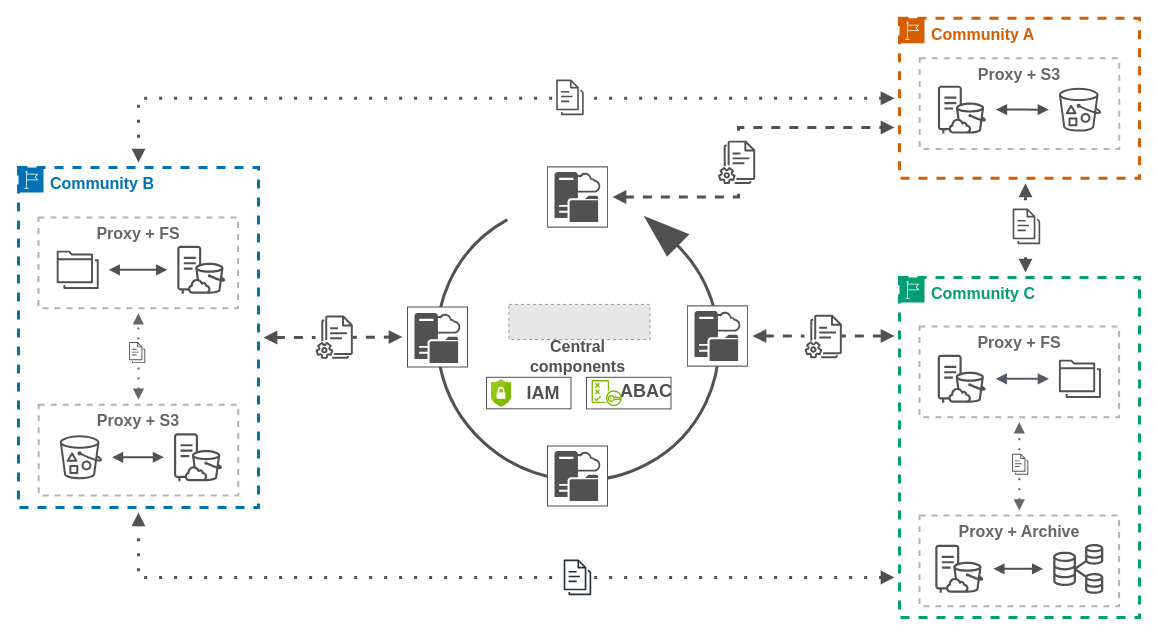
The draw.io diagram docs/internal_data_structure/aruna_components.drawio in ArunaStorage/documentation, before the edit. Source tidied: cells renumbered, new cells numbered last; positions are measured from the earlier drawing's top-left corner, leaving out a move shared by most shapes. Both pictures are drawn from the tidied source at 100%, with x=0, y=0 at pixel (18, 18). Pictures stored in the file or linked from it are replaced by grey dashed boxes.
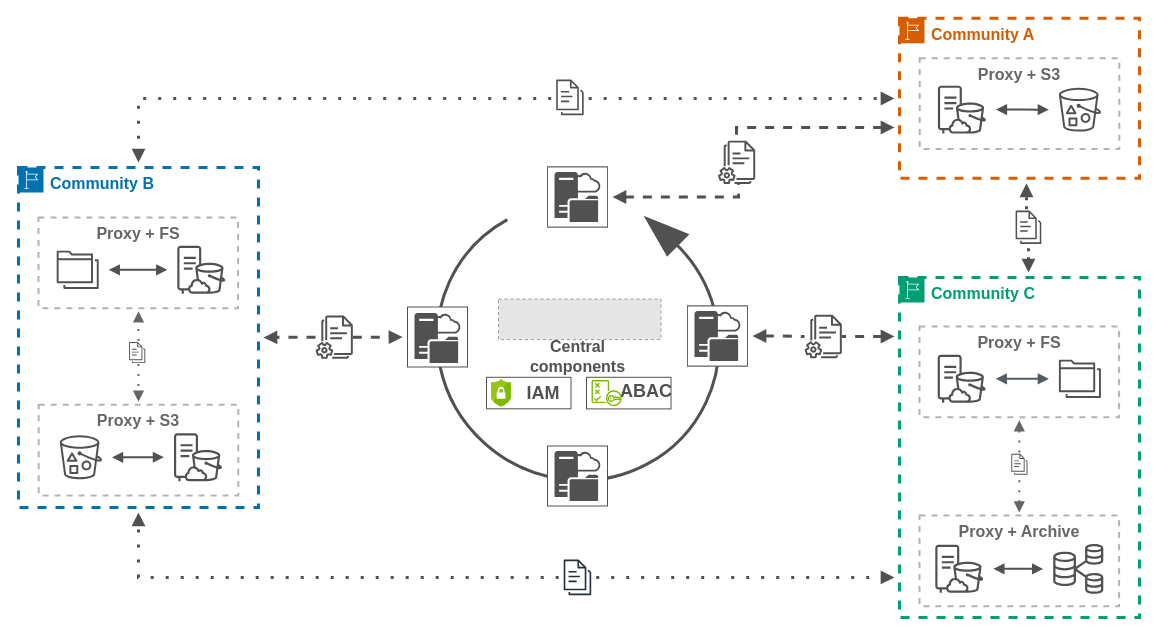
The same diagram, later.

Commit message (it also covers changes not shown here):
chore: Updated aruna components schematic

Made nearly everything transparent so that it kinda works with light
dark mode pages.

The change refers to these unchanged cells:
```xml
<mxCell id="3" value="&lt;font color=&quot;#0072b2&quot;&gt;Community B&lt;br&gt;&lt;/font&gt;" style="points=[[0,0],[0.25,0],[0.5,0],[0.75,0],[1,0],[1,0.25],[1,0.5],[1,0.75],[1,1],[0.75,1],[0.5,1],[0.25,1],[0,1],[0,0.75],[0,0.5],[0,0.25]];outlineConnect=0;gradientColor=none;html=1;whiteSpace=wrap;fontSize=16;fontStyle=1;shape=mxgraph.aws4.group;grIcon=mxgraph.aws4.group_region;strokeColor=#0072B2;fillColor=none;verticalAlign=top;align=left;spacingLeft=30;fontColor=#165A97;dashed=1;fontFamily=PT Sans;strokeWidth=3;" parent="1" vertex="1">
  <mxGeometry y="149" width="240" height="340" as="geometry" />
</mxCell>
<mxCell id="4" value="&lt;font style=&quot;font-size: 16px;&quot; face=&quot;PT Sans&quot;&gt;&lt;b&gt;Proxy + S3&lt;br&gt;&lt;/b&gt;&lt;/font&gt;" style="fillColor=none;strokeColor=#B3B3B3;verticalAlign=top;fontStyle=0;fontColor=#666666;whiteSpace=wrap;html=1;dashed=1;strokeWidth=2;" parent="3" vertex="1">
  <mxGeometry x="20.2" y="237.2" width="199.6" height="90.7" as="geometry" />
</mxCell>
<mxCell id="10" style="sketch=0;outlineConnect=0;fontColor=#232F3E;gradientColor=none;fillColor=#515151;strokeColor=none;dashed=0;verticalLabelPosition=bottom;verticalAlign=top;align=center;html=1;fontSize=12;fontStyle=0;shape=mxgraph.aws4.documents3;" parent="8" vertex="1">
  <mxGeometry x="0.8" y="0.6" width="16.2" height="22.2" as="geometry" />
</mxCell>
<mxCell id="11" value="&lt;font style=&quot;font-size: 16px;&quot; face=&quot;PT Sans&quot;&gt;&lt;b&gt;Proxy + FS &lt;/b&gt;&lt;/font&gt;" style="fillColor=none;strokeColor=#B3B3B3;verticalAlign=top;fontStyle=0;fontColor=#666666;whiteSpace=wrap;html=1;dashed=1;strokeWidth=2;" parent="1" vertex="1">
  <mxGeometry x="20" y="199" width="199.6" height="90.7" as="geometry" />
</mxCell>
<mxCell id="12" value="&lt;font color=&quot;#009e73&quot;&gt;Community C&lt;/font&gt;" style="points=[[0,0],[0.25,0],[0.5,0],[0.75,0],[1,0],[1,0.25],[1,0.5],[1,0.75],[1,1],[0.75,1],[0.5,1],[0.25,1],[0,1],[0,0.75],[0,0.5],[0,0.25]];outlineConnect=0;gradientColor=none;html=1;whiteSpace=wrap;fontSize=16;fontStyle=1;shape=mxgraph.aws4.group;grIcon=mxgraph.aws4.group_region;strokeColor=#009E73;fillColor=none;verticalAlign=top;align=left;spacingLeft=30;fontColor=#00A1A3;dashed=1;fontFamily=PT Sans;strokeWidth=3;" parent="1" vertex="1">
  <mxGeometry x="881" y="259" width="240" height="340" as="geometry" />
</mxCell>
<mxCell id="13" value="&lt;font size=&quot;1&quot; face=&quot;PT Sans&quot;&gt;&lt;b style=&quot;font-size: 16px;&quot;&gt;Proxy + Archive &lt;/b&gt;&lt;/font&gt;" style="fillColor=none;strokeColor=#B3B3B3;verticalAlign=top;fontStyle=0;fontColor=#666666;whiteSpace=wrap;html=1;dashed=1;strokeWidth=2;" parent="12" vertex="1">
  <mxGeometry x="20" y="238" width="199.6" height="90.7" as="geometry" />
</mxCell>
<mxCell id="14" value="&lt;font size=&quot;1&quot; face=&quot;PT Sans&quot;&gt;&lt;b style=&quot;font-size: 16px;&quot;&gt;Proxy + FS &lt;/b&gt;&lt;/font&gt;" style="fillColor=none;strokeColor=#B3B3B3;verticalAlign=top;fontStyle=0;fontColor=#666666;whiteSpace=wrap;html=1;dashed=1;strokeWidth=2;glass=1;" parent="12" vertex="1">
  <mxGeometry x="20" y="49" width="199.6" height="90.7" as="geometry" />
</mxCell>
<mxCell id="25" style="sketch=0;outlineConnect=0;fontColor=#232F3E;gradientColor=none;fillColor=#515151;strokeColor=none;dashed=0;verticalLabelPosition=bottom;verticalAlign=top;align=center;html=1;fontSize=12;fontStyle=0;shape=mxgraph.aws4.documents3;" parent="23" vertex="1">
  <mxGeometry x="1.2" y="1" width="27.5" height="37.7" as="geometry" />
</mxCell>
<mxCell id="27" style="group;fillColor=none;" parent="1" vertex="1">
  <mxGeometry x="544" y="539" width="30" height="41.5" as="geometry" />
</mxCell>
<mxCell id="29" style="sketch=0;outlineConnect=0;fontColor=#232F3E;gradientColor=none;fillColor=#232F3D;strokeColor=none;dashed=0;verticalLabelPosition=bottom;verticalAlign=top;align=center;html=1;fontSize=12;fontStyle=0;shape=mxgraph.aws4.documents3;" parent="27" vertex="1">
  <mxGeometry x="1.2" y="1" width="27.5" height="37.7" as="geometry" />
</mxCell>
<mxCell id="34" style="group;strokeWidth=1;fillColor=none;" parent="1" vertex="1">
  <mxGeometry x="389" y="148.5" width="340" height="362" as="geometry" />
</mxCell>
<mxCell id="37" style="rounded=0;whiteSpace=wrap;html=1;rotation=90;strokeColor=#666666;" parent="36" vertex="1">
  <mxGeometry width="60" height="60" as="geometry" />
</mxCell>
<mxCell id="44" style="rounded=0;whiteSpace=wrap;html=1;rotation=90;strokeColor=#515151;" parent="43" vertex="1">
  <mxGeometry y="-1" width="60" height="60" as="geometry" />
</mxCell>
<mxCell id="50" style="group;" parent="34" vertex="1">
  <mxGeometry x="79" y="210.3" width="187.5" height="31.6" as="geometry" />
</mxCell>
<mxCell id="54" style="group;" parent="50" vertex="1">
  <mxGeometry x="100" width="87.5" height="31.6" as="geometry" />
</mxCell>
<mxCell id="62" value="&lt;font color=&quot;#d55e00&quot;&gt;Community A&lt;/font&gt;" style="points=[[0,0],[0.25,0],[0.5,0],[0.75,0],[1,0],[1,0.25],[1,0.5],[1,0.75],[1,1],[0.75,1],[0.5,1],[0.25,1],[0,1],[0,0.75],[0,0.5],[0,0.25]];outlineConnect=0;gradientColor=none;html=1;whiteSpace=wrap;fontSize=16;fontStyle=1;shape=mxgraph.aws4.group;grIcon=mxgraph.aws4.group_region;strokeColor=#D55E00;fillColor=none;verticalAlign=top;align=left;spacingLeft=30;fontColor=#9E7645;dashed=1;fontFamily=PT Sans;strokeWidth=3;" parent="61" vertex="1">
  <mxGeometry width="240" height="160" as="geometry" />
</mxCell>
<mxCell id="73" style="group;" parent="1" vertex="1">
  <mxGeometry x="693" y="118.8" width="50" height="50" as="geometry" />
</mxCell>
<mxCell id="75" style="sketch=0;outlineConnect=0;fontColor=#232F3E;gradientColor=none;fillColor=#515151;strokeColor=none;dashed=0;verticalLabelPosition=bottom;verticalAlign=top;align=center;html=1;fontSize=12;fontStyle=0;shape=mxgraph.aws4.documents2;" parent="73" vertex="1">
  <mxGeometry x="6.4" y="3.3" width="37.3" height="43.4" as="geometry" />
</mxCell>
<mxCell id="79" style="group;" parent="1" vertex="1">
  <mxGeometry x="297" y="297" width="37.3" height="43.4" as="geometry" />
</mxCell>
<mxCell id="81" style="sketch=0;outlineConnect=0;fontColor=#232F3E;gradientColor=none;fillColor=#515151;strokeColor=none;dashed=0;verticalLabelPosition=bottom;verticalAlign=top;align=center;html=1;fontSize=12;fontStyle=0;shape=mxgraph.aws4.documents2;" parent="79" vertex="1">
  <mxGeometry width="37.3" height="43.4" as="geometry" />
</mxCell>
```

Change to the diagram source:
```diff
@@
-    <mxCell id="2" style="edgeStyle=orthogonalEdgeStyle;html=1;endArrow=block;elbow=vertical;startArrow=block;startFill=1;endFill=1;strokeColor=#666666;rounded=0;targetPerimeterSpacing=5;sourcePerimeterSpacing=5;dashed=1;dashPattern=1 4;strokeWidth=2;" parent="1" edge="1" source="4" target="11">
-      <mxGeometry relative="1" as="geometry" />
-    </mxCell>
+    <mxCell id="76" style="group;" parent="1" vertex="1">
+      <mxGeometry x="786" y="296.3" width="37.3" height="43.4" as="geometry" />
+    </mxCell>
+    <mxCell id="78" style="sketch=0;outlineConnect=0;fontColor=#232F3E;gradientColor=none;fillColor=#515151;strokeColor=none;dashed=0;verticalLabelPosition=bottom;verticalAlign=top;align=center;html=1;fontSize=12;fontStyle=0;shape=mxgraph.aws4.documents2;" parent="76" vertex="1">
+      <mxGeometry width="37.3" height="43.4" as="geometry" />
+    </mxCell>
@@
-    <mxCell id="8" style="group;fillColor=#FFFFFF;" parent="3" vertex="1">
+    <mxCell id="8" style="group;fillColor=none;" parent="3" vertex="1">
       <mxGeometry x="109.8" y="173.4" width="20" height="24.5" as="geometry" />
     </mxCell>
-    <mxCell id="9" style="rounded=0;whiteSpace=wrap;html=1;strokeColor=none;fillColor=#ffffff;" parent="8" vertex="1">
-      <mxGeometry width="20" height="24.5" as="geometry" />
-    </mxCell>
@@
+    <mxCell id="82" style="edgeStyle=orthogonalEdgeStyle;html=1;endArrow=block;elbow=vertical;startArrow=none;startFill=0;endFill=1;strokeColor=#666666;rounded=0;targetPerimeterSpacing=3;sourcePerimeterSpacing=1;dashed=1;dashPattern=1 4;strokeWidth=2;" parent="3" edge="1" source="10" target="4">
+      <mxGeometry relative="1" as="geometry">
+        <Array as="points">
+          <mxPoint x="120" y="210" />
+          <mxPoint x="120" y="210" />
+        </Array>
+      </mxGeometry>
+    </mxCell>
@@
-    <mxCell id="15" style="edgeStyle=orthogonalEdgeStyle;html=1;endArrow=block;elbow=vertical;startArrow=block;startFill=1;endFill=1;strokeColor=#666666;rounded=0;targetPerimeterSpacing=5;sourcePerimeterSpacing=5;dashed=1;dashPattern=1 4;strokeWidth=2;" parent="12" edge="1" source="13" target="14">
+    <mxCell id="15" style="edgeStyle=orthogonalEdgeStyle;html=1;endArrow=none;elbow=vertical;startArrow=block;startFill=1;endFill=0;strokeColor=#666666;rounded=0;targetPerimeterSpacing=0;sourcePerimeterSpacing=3;dashed=1;dashPattern=1 4;strokeWidth=2;" parent="12" edge="1" source="13" target="60">
       <mxGeometry relative="1" as="geometry" />
     </mxCell>
@@
+    <mxCell id="60" style="sketch=0;outlineConnect=0;fontColor=#232F3E;gradientColor=none;fillColor=#515151;strokeColor=none;dashed=0;verticalLabelPosition=bottom;verticalAlign=top;align=center;html=1;fontSize=12;fontStyle=0;shape=mxgraph.aws4.documents3;" parent="12" vertex="1">
+      <mxGeometry x="111.8" y="175.6" width="16.2" height="22.2" as="geometry" />
+    </mxCell>
+    <mxCell id="83" style="edgeStyle=orthogonalEdgeStyle;html=1;endArrow=none;elbow=vertical;startArrow=block;startFill=1;endFill=0;strokeColor=#666666;rounded=0;targetPerimeterSpacing=0;sourcePerimeterSpacing=3;dashed=1;dashPattern=1 4;strokeWidth=2;" parent="12" edge="1" source="14" target="60">
+      <mxGeometry relative="1" as="geometry" />
+    </mxCell>
-    <mxCell id="22" style="edgeStyle=orthogonalEdgeStyle;html=1;endArrow=block;elbow=vertical;startArrow=block;startFill=1;endFill=1;strokeColor=#515151;rounded=0;targetPerimeterSpacing=5;sourcePerimeterSpacing=5;dashed=1;dashPattern=1 4;strokeWidth=3;" parent="1" edge="1" source="62" target="3">
+    <mxCell id="22" style="edgeStyle=orthogonalEdgeStyle;html=1;endArrow=block;elbow=vertical;startArrow=none;startFill=0;endFill=1;strokeColor=#515151;rounded=0;targetPerimeterSpacing=5;sourcePerimeterSpacing=5;dashed=1;dashPattern=1 4;strokeWidth=3;" parent="1" edge="1" source="25" target="3">
       <mxGeometry relative="1" as="geometry">
         <Array as="points">
           <mxPoint x="120" y="80" />
         </Array>
       </mxGeometry>
     </mxCell>
-    <mxCell id="23" style="group;fillColor=#F8F9FC;" parent="1" vertex="1">
+    <mxCell id="23" style="group;fillColor=none;" parent="1" vertex="1">
       <mxGeometry x="536.5" y="59" width="30" height="41.5" as="geometry" />
     </mxCell>
-    <mxCell id="24" style="rounded=0;whiteSpace=wrap;html=1;strokeColor=none;fillColor=#ffffff;" parent="23" vertex="1">
-      <mxGeometry width="30" height="41.5" as="geometry" />
-    </mxCell>
@@
-    <mxCell id="26" style="edgeStyle=orthogonalEdgeStyle;html=1;endArrow=block;elbow=vertical;startArrow=block;startFill=1;endFill=1;strokeColor=#515151;rounded=0;targetPerimeterSpacing=5;sourcePerimeterSpacing=5;dashed=1;dashPattern=1 4;strokeWidth=3;" parent="1" edge="1" source="12" target="3">
+    <mxCell id="26" style="edgeStyle=orthogonalEdgeStyle;html=1;endArrow=block;elbow=vertical;startArrow=none;startFill=0;endFill=1;strokeColor=#515151;rounded=0;targetPerimeterSpacing=5;sourcePerimeterSpacing=5;dashed=1;dashPattern=1 4;strokeWidth=3;" parent="1" edge="1" source="29" target="3">
       <mxGeometry relative="1" as="geometry">
         <Array as="points">
           <mxPoint x="120" y="559" />
         </Array>
       </mxGeometry>
     </mxCell>
@@
-    <mxCell id="28" style="rounded=0;whiteSpace=wrap;html=1;strokeColor=none;fillColor=#FFFFFF;" parent="27" vertex="1">
-      <mxGeometry width="30" height="41.5" as="geometry" />
-    </mxCell>
@@
-    <mxCell id="30" style="edgeStyle=orthogonalEdgeStyle;html=1;endArrow=block;elbow=vertical;startArrow=block;startFill=1;endFill=1;strokeColor=#515151;rounded=0;targetPerimeterSpacing=5;sourcePerimeterSpacing=5;dashed=1;dashPattern=1 4;strokeWidth=3;" parent="1" edge="1" source="12" target="62">
+    <mxCell id="30" style="edgeStyle=orthogonalEdgeStyle;html=1;endArrow=none;elbow=vertical;startArrow=block;startFill=1;endFill=0;strokeColor=#515151;rounded=0;targetPerimeterSpacing=0;sourcePerimeterSpacing=5;dashed=1;dashPattern=1 2;strokeWidth=3;" parent="1" edge="1" source="12" target="33">
       <mxGeometry relative="1" as="geometry">
         <Array as="points">
-          <mxPoint x="1007" y="199" />
-          <mxPoint x="1007" y="199" />
+          <mxPoint x="1010" y="229" />
+          <mxPoint x="1010" y="229" />
         </Array>
       </mxGeometry>
     </mxCell>
-    <mxCell id="31" style="group;fillColor=#FFFFFF;" parent="1" vertex="1">
-      <mxGeometry x="993" y="188" width="30" height="41.5" as="geometry" />
-    </mxCell>
-    <mxCell id="32" style="rounded=0;whiteSpace=wrap;html=1;strokeColor=none;fillColor=#FFFFFF;" parent="31" vertex="1">
-      <mxGeometry width="30" height="41.5" as="geometry" />
-    </mxCell>
-    <mxCell id="33" style="sketch=0;outlineConnect=0;fontColor=#232F3E;gradientColor=none;fillColor=#515151;strokeColor=none;dashed=0;verticalLabelPosition=bottom;verticalAlign=top;align=center;html=1;fontSize=12;fontStyle=0;shape=mxgraph.aws4.documents3;" parent="31" vertex="1">
-      <mxGeometry x="1.2" y="1" width="27.5" height="37.7" as="geometry" />
-    </mxCell>
@@
-    <mxCell id="36" style="group;verticalAlign=middle;fillColor=default;strokeColor=#515151;rounded=0;" parent="34" vertex="1">
+    <mxCell id="36" style="group;verticalAlign=middle;fillColor=none;strokeColor=#515151;rounded=0;" parent="34" vertex="1">
       <mxGeometry x="140" width="60" height="60" as="geometry" />
     </mxCell>
@@
     <mxCell id="39" style="fillColor=#E6E6E6;strokeColor=#999999;dashed=1;verticalLabelPosition=bottom;labelBackgroundColor=default;verticalAlign=top;" parent="34" vertex="1">
-      <mxGeometry x="101.4" y="137.4" width="141.1" height="35.1" as="geometry" />
+      <mxGeometry x="91" y="132.1" width="162.5" height="40.5" as="geometry" />
     </mxCell>
-    <mxCell id="40" style="group;verticalAlign=middle;fillColor=default;strokeColor=#515151;rounded=0;" parent="34" vertex="1">
+    <mxCell id="40" style="group;verticalAlign=middle;fillColor=none;strokeColor=#515151;rounded=0;" parent="34" vertex="1">
       <mxGeometry x="280" y="139" width="60" height="60" as="geometry" />
     </mxCell>
-    <mxCell id="41" style="rounded=0;whiteSpace=wrap;html=1;rotation=90;strokeColor=#666666;" parent="40" vertex="1">
+    <mxCell id="41" style="rounded=0;whiteSpace=wrap;html=1;rotation=90;strokeColor=#666666;fillColor=default;" parent="40" vertex="1">
       <mxGeometry width="60" height="60" as="geometry" />
     </mxCell>
@@
-    <mxCell id="51" style="rounded=0;whiteSpace=wrap;html=1;strokeColor=#515151;" parent="50" vertex="1">
+    <mxCell id="51" style="rounded=0;whiteSpace=wrap;html=1;strokeColor=#515151;fillColor=none;" parent="50" vertex="1">
       <mxGeometry width="84.5" height="31.5" as="geometry" />
     </mxCell>
@@
-    <mxCell id="53" style="image;sketch=0;html=1;align=center;fontSize=12;image=img/lib/mscae/Security_Center.svg;imageBackground=default;" parent="50" vertex="1">
+    <mxCell id="53" style="image;sketch=0;html=1;align=center;fontSize=12;image=img/lib/mscae/Security_Center.svg;imageBackground=none;" parent="50" vertex="1">
       <mxGeometry x="5" y="2" width="20.1" height="28" as="geometry" />
     </mxCell>
@@
-    <mxCell id="55" style="rounded=0;whiteSpace=wrap;html=1;strokeColor=#515151;" parent="54" vertex="1">
+    <mxCell id="55" style="rounded=0;whiteSpace=wrap;html=1;strokeColor=#515151;fillColor=none;" parent="54" vertex="1">
       <mxGeometry width="84.5" height="31.6" as="geometry" />
     </mxCell>
@@
-    <mxCell id="58" style="group;fillColor=#FFFFFF;" parent="1" vertex="1">
-      <mxGeometry x="992.8" y="434" width="20" height="24.5" as="geometry" />
-    </mxCell>
-    <mxCell id="59" style="rounded=0;whiteSpace=wrap;html=1;strokeColor=none;fillColor=#FFFFFF;" parent="58" vertex="1">
-      <mxGeometry width="20" height="24.5" as="geometry" />
-    </mxCell>
-    <mxCell id="60" style="sketch=0;outlineConnect=0;fontColor=#232F3E;gradientColor=none;fillColor=#515151;strokeColor=none;dashed=0;verticalLabelPosition=bottom;verticalAlign=top;align=center;html=1;fontSize=12;fontStyle=0;shape=mxgraph.aws4.documents3;" parent="58" vertex="1">
-      <mxGeometry x="0.8" y="0.6" width="16.2" height="22.2" as="geometry" />
-    </mxCell>
@@
-    <mxCell id="70" style="edgeStyle=orthogonalEdgeStyle;html=1;endArrow=block;elbow=vertical;startArrow=block;endFill=1;strokeColor=#515151;rounded=0;targetPerimeterSpacing=5;sourcePerimeterSpacing=5;strokeWidth=3;startFill=1;dashed=1;" parent="1" edge="1" source="41" target="12">
-      <mxGeometry relative="1" as="geometry">
-        <Array as="points">
-          <mxPoint x="840" y="318" />
-          <mxPoint x="840" y="318" />
-        </Array>
-      </mxGeometry>
+    <mxCell id="70" style="edgeStyle=orthogonalEdgeStyle;html=1;endArrow=none;elbow=vertical;startArrow=block;endFill=0;strokeColor=#515151;rounded=0;targetPerimeterSpacing=0;sourcePerimeterSpacing=5;strokeWidth=3;startFill=1;dashed=1;" parent="1" edge="1" source="41" target="78">
+      <mxGeometry relative="1" as="geometry" />
     </mxCell>
-    <mxCell id="71" style="edgeStyle=orthogonalEdgeStyle;html=1;endArrow=block;elbow=vertical;startArrow=block;endFill=1;strokeColor=#515151;rounded=0;targetPerimeterSpacing=5;sourcePerimeterSpacing=5;strokeWidth=3;startFill=1;dashed=1;" parent="1" edge="1" source="37" target="62">
+    <mxCell id="71" style="edgeStyle=orthogonalEdgeStyle;html=1;endArrow=none;elbow=vertical;startArrow=block;endFill=0;strokeColor=#515151;rounded=0;targetPerimeterSpacing=0;sourcePerimeterSpacing=5;strokeWidth=3;startFill=1;dashed=1;" parent="1" edge="1" source="37" target="75">
       <mxGeometry relative="1" as="geometry">
         <Array as="points">
-          <mxPoint x="720" y="179" />
-          <mxPoint x="720" y="109" />
+          <mxPoint x="720" y="178" />
         </Array>
       </mxGeometry>
     </mxCell>
-    <mxCell id="72" style="edgeStyle=orthogonalEdgeStyle;html=1;endArrow=block;elbow=vertical;startArrow=block;endFill=1;strokeColor=#515151;rounded=0;targetPerimeterSpacing=5;sourcePerimeterSpacing=5;strokeWidth=3;startFill=1;dashed=1;" parent="1" edge="1" source="3" target="44">
+    <mxCell id="72" style="edgeStyle=orthogonalEdgeStyle;html=1;endArrow=block;elbow=vertical;startArrow=none;endFill=1;strokeColor=#515151;rounded=0;targetPerimeterSpacing=5;sourcePerimeterSpacing=0;strokeWidth=3;startFill=0;dashed=1;" parent="1" edge="1" source="81" target="44">
       <mxGeometry relative="1" as="geometry" />
     </mxCell>
@@
-    <mxCell id="74" style="rounded=0;whiteSpace=wrap;html=1;rotation=90;strokeColor=none;" parent="73" vertex="1">
-      <mxGeometry width="50" height="50" as="geometry" />
-    </mxCell>
@@
-    <mxCell id="76" style="group;" parent="1" vertex="1">
-      <mxGeometry x="786" y="296.3" width="37.3" height="43.4" as="geometry" />
-    </mxCell>
-    <mxCell id="77" style="rounded=0;whiteSpace=wrap;html=1;rotation=0;strokeColor=none;" parent="76" vertex="1">
-      <mxGeometry width="37.3" height="43.4" as="geometry" />
-    </mxCell>
-    <mxCell id="78" style="sketch=0;outlineConnect=0;fontColor=#232F3E;gradientColor=none;fillColor=#515151;strokeColor=none;dashed=0;verticalLabelPosition=bottom;verticalAlign=top;align=center;html=1;fontSize=12;fontStyle=0;shape=mxgraph.aws4.documents2;" parent="76" vertex="1">
-      <mxGeometry width="37.3" height="43.4" as="geometry" />
-    </mxCell>
@@
-    <mxCell id="80" style="rounded=0;whiteSpace=wrap;html=1;rotation=0;strokeColor=none;" parent="79" vertex="1">
-      <mxGeometry width="37.3" height="43.4" as="geometry" />
-    </mxCell>
@@
+    <mxCell id="84" style="edgeStyle=orthogonalEdgeStyle;html=1;endArrow=none;elbow=vertical;startArrow=block;endFill=0;strokeColor=#515151;rounded=0;targetPerimeterSpacing=0;sourcePerimeterSpacing=5;strokeWidth=3;startFill=1;dashed=1;" parent="1" edge="1" source="62" target="75">
+      <mxGeometry relative="1" as="geometry">
+        <Array as="points">
+          <mxPoint x="718" y="109" />
+        </Array>
+      </mxGeometry>
+    </mxCell>
+    <mxCell id="85" style="edgeStyle=orthogonalEdgeStyle;html=1;endArrow=block;elbow=vertical;startArrow=none;endFill=1;strokeColor=#515151;rounded=0;targetPerimeterSpacing=5;sourcePerimeterSpacing=0;strokeWidth=3;startFill=0;dashed=1;" parent="1" edge="1" source="81" target="3">
+      <mxGeometry relative="1" as="geometry" />
+    </mxCell>
+    <mxCell id="86" style="edgeStyle=orthogonalEdgeStyle;html=1;endArrow=none;elbow=vertical;startArrow=block;endFill=0;strokeColor=#515151;rounded=0;targetPerimeterSpacing=0;sourcePerimeterSpacing=5;strokeWidth=3;startFill=1;dashed=1;" parent="1" edge="1" source="12" target="78">
+      <mxGeometry relative="1" as="geometry">
+        <Array as="points">
+          <mxPoint x="860" y="318" />
+          <mxPoint x="860" y="318" />
+        </Array>
+      </mxGeometry>
+    </mxCell>
+    <mxCell id="87" style="edgeStyle=orthogonalEdgeStyle;html=1;endArrow=block;elbow=vertical;startArrow=none;startFill=0;endFill=1;strokeColor=#515151;rounded=0;targetPerimeterSpacing=5;sourcePerimeterSpacing=5;dashed=1;dashPattern=1 4;strokeWidth=3;" parent="1" edge="1" source="25" target="62">
+      <mxGeometry relative="1" as="geometry">
+        <Array as="points">
+          <mxPoint x="600" y="80" />
+          <mxPoint x="600" y="80" />
+        </Array>
+      </mxGeometry>
+    </mxCell>
+    <mxCell id="88" style="edgeStyle=orthogonalEdgeStyle;html=1;endArrow=block;elbow=vertical;startArrow=none;startFill=0;endFill=1;strokeColor=#515151;rounded=0;targetPerimeterSpacing=5;sourcePerimeterSpacing=5;dashed=1;dashPattern=1 4;strokeWidth=3;" parent="1" edge="1" source="29" target="12">
+      <mxGeometry relative="1" as="geometry">
+        <Array as="points">
+          <mxPoint x="610" y="559" />
+          <mxPoint x="610" y="559" />
+        </Array>
+      </mxGeometry>
+    </mxCell>
+    <mxCell id="89" style="edgeStyle=orthogonalEdgeStyle;html=1;endArrow=block;elbow=vertical;startArrow=none;startFill=0;endFill=1;strokeColor=#666666;rounded=0;targetPerimeterSpacing=3;sourcePerimeterSpacing=1;dashed=1;dashPattern=1 4;strokeWidth=2;" parent="1" edge="1" source="10" target="11">
+      <mxGeometry relative="1" as="geometry">
+        <Array as="points">
+          <mxPoint x="120" y="299" />
+          <mxPoint x="120" y="299" />
+        </Array>
+      </mxGeometry>
+    </mxCell>
+    <mxCell id="33" style="sketch=0;outlineConnect=0;fontColor=#232F3E;gradientColor=none;fillColor=#515151;strokeColor=none;dashed=0;verticalLabelPosition=bottom;verticalAlign=top;align=center;html=1;fontSize=12;fontStyle=0;shape=mxgraph.aws4.documents3;" parent="1" vertex="1">
+      <mxGeometry x="997.1" y="191.2" width="25.7" height="35.1" as="geometry" />
+    </mxCell>
+    <mxCell id="90" style="edgeStyle=orthogonalEdgeStyle;html=1;endArrow=none;elbow=vertical;startArrow=block;startFill=1;endFill=0;strokeColor=#515151;rounded=0;targetPerimeterSpacing=0;sourcePerimeterSpacing=5;dashed=1;dashPattern=1 2;strokeWidth=3;" parent="1" edge="1" source="62" target="33">
+      <mxGeometry relative="1" as="geometry">
+        <Array as="points">
+          <mxPoint x="1008" y="169" />
+          <mxPoint x="1008" y="169" />
+        </Array>
+      </mxGeometry>
+    </mxCell>
```
